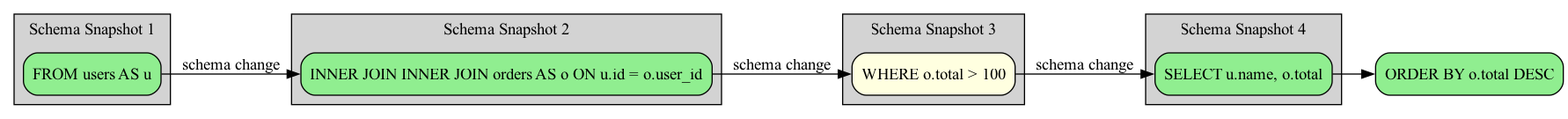
Above: examples/join_query_schema.png in rot1024/sqloflow (Graphviz), before the change. Its source is kept beside it as examples/join_query_schema.dot.
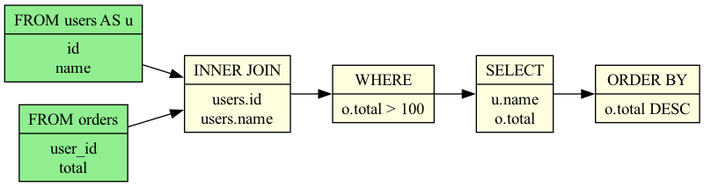
After the change.

What changed in the source:
```diff
@@ -1,35 +1,19 @@
-digraph sqloflow {
+digraph schema_flow {
   rankdir=LR;
-  node [shape=box, style=rounded];
+  node [shape=record];
 
-  subgraph cluster_0 {
-    label="Schema Snapshot 1";
-    style=filled;
-    fillcolor=lightgray;
-    node_0 [label="FROM users AS u", fillcolor=lightgreen, style="filled,rounded"];
-  }
-  subgraph cluster_1 {
-    label="Schema Snapshot 2";
-    style=filled;
-    fillcolor=lightgray;
-    node_1 [label="INNER JOIN INNER JOIN orders AS o ON u.id = o.user_id", fillcolor=lightgreen, style="filled,rounded"];
-  }
-  subgraph cluster_2 {
-    label="Schema Snapshot 3";
-    style=filled;
-    fillcolor=lightgray;
-    node_2 [label="WHERE o.total > 100", fillcolor=lightyellow, style="filled,rounded"];
-  }
-  subgraph cluster_3 {
-    label="Schema Snapshot 4";
-    style=filled;
-    fillcolor=lightgray;
-    node_3 [label="SELECT u.name, o.total", fillcolor=lightgreen, style="filled,rounded"];
-  }
-  node_4 [label="ORDER BY o.total DESC", fillcolor=lightgreen, style="filled,rounded"];
+  node_0 [label="FROM users AS u|id\nname", style=filled, fillcolor=lightgreen];
+  table_orders [label="FROM orders|user_id\ntotal", style=filled, fillcolor=lightgreen];
 
-  node_0 -> node_1 [color=black, label="schema change"];
-  node_1 -> node_2 [color=black, label="schema change"];
-  node_2 -> node_3 [color=black, label="schema change"];
-  node_3 -> node_4 [color=black];
+  node_2 [label="WHERE|o.total \> 100", style=filled, fillcolor=lightyellow];
+  node_3 [label="SELECT|u.name\no.total", style=filled, fillcolor=lightyellow];
+  node_4 [label="ORDER BY|o.total DESC", style=filled, fillcolor=lightyellow];
+
+
+  node_1 [label="INNER JOIN|users.id\nusers.name", style=filled, fillcolor=lightyellow];
+  node_0 -> node_1;
+  node_1 -> node_2;
+  node_2 -> node_3;
+  node_3 -> node_4;
+  table_orders -> node_1;
 }
```
